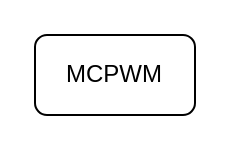
Before: page "IP 层 介绍" (8 of 8) of 电驱芯片外设介绍.drawio in Vinson-001/Blog-flow-chart, a draw.io diagram. Source tidied: cells renumbered, new cells numbered last; positions are measured from the earlier drawing's top-left corner, leaving out a move shared by most shapes. Both pictures are drawn from the tidied source at 200%, with x=0, y=0 at pixel (34, 34).
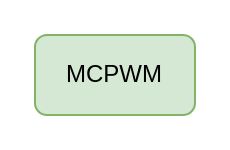
Above is the later version.

Commit message (it also covers changes not shown here):
更新电驱芯片外设介绍.drawio

Diff of the diagram source:
```diff
@@
 <mxGraphModel>
   <root>
     <mxCell id="0" />
     <mxCell id="1" parent="0" />
-    <mxCell id="2" value="MCPWM" style="rounded=1;whiteSpace=wrap;html=1;" parent="1" vertex="1">
+    <mxCell id="2" value="MCPWM" style="rounded=1;whiteSpace=wrap;html=1;fillColor=#d5e8d4;strokeColor=#82b366;" parent="1" vertex="1">
       <mxGeometry width="80" height="40" as="geometry" />
     </mxCell>
   </root>
 </mxGraphModel>
```
